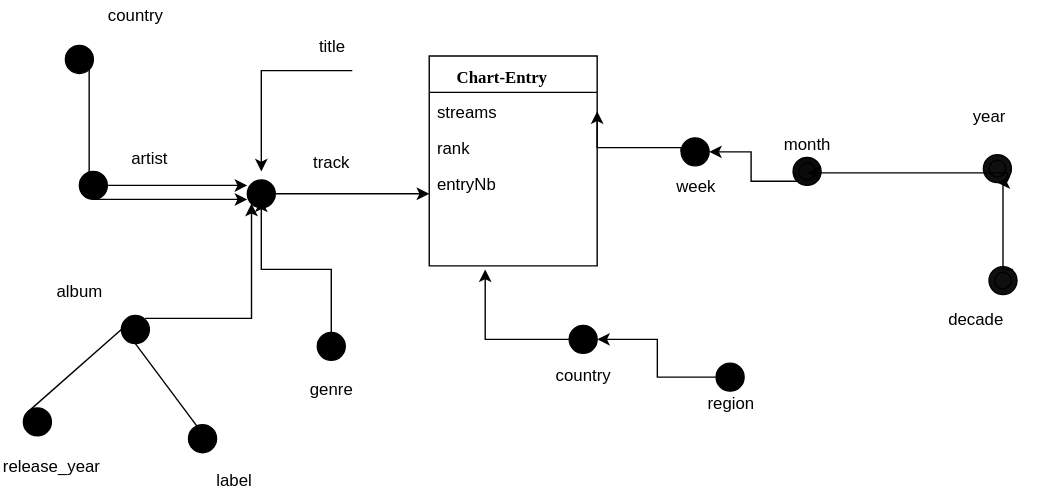
Earlier version of the draw.io export figures/DF1.svg (AlexChanson/DW). Source tidied: cells renumbered, new cells last; positions are measured from the earlier drawing's top-left corner, leaving out a move shared by most shapes.
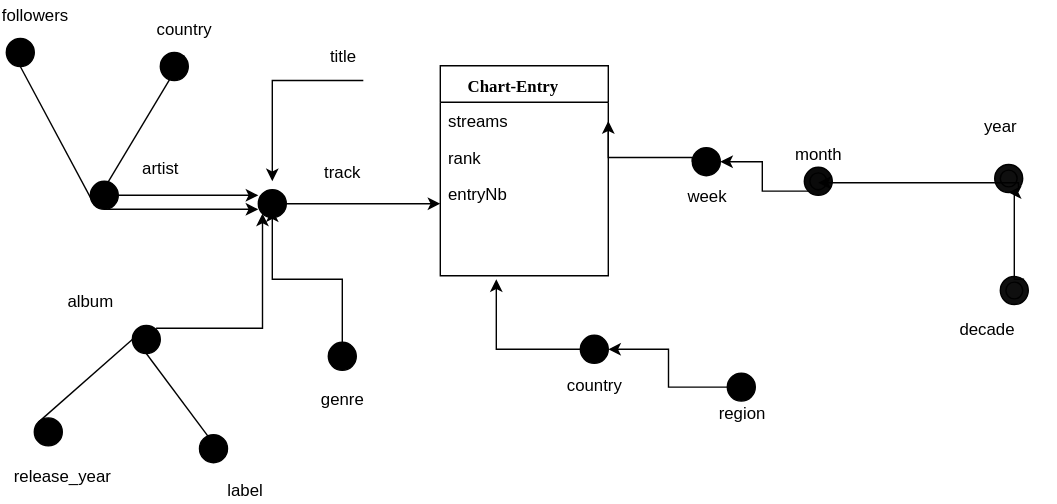
Above is the later version.

What changed in the source:
```diff
@@ -171,7 +171,7 @@
       </mxGeometry>
     </mxCell>
     <mxCell id="40" style="ellipse;shape=doubleEllipse;whiteSpace=wrap;html=1;fillColor=#000000;" parent="1" vertex="1">
-      <mxGeometry x="30" y="32" width="20" height="20" as="geometry" />
+      <mxGeometry x="90" y="29.5" width="20" height="20" as="geometry" />
     </mxCell>
     <mxCell id="41" style="endArrow=none;html=1;entryX=1;entryY=0;" parent="1" edge="1" target="40">
       <mxGeometry relative="1" as="geometry">
@@ -179,7 +179,7 @@
       </mxGeometry>
     </mxCell>
     <mxCell id="42" value="&lt;div&gt;country&lt;/div&gt;" style="text;html=1;strokeColor=none;fillColor=none;align=center;verticalAlign=middle;whiteSpace=wrap;rounded=0;" parent="1" vertex="1">
-      <mxGeometry x="60" width="40" height="20" as="geometry" />
+      <mxGeometry x="87" y="3" width="40" height="20" as="geometry" />
     </mxCell>
     <mxCell id="43" style="ellipse;shape=doubleEllipse;whiteSpace=wrap;html=1;fillColor=#000000;" parent="1" vertex="1">
       <mxGeometry y="291" width="20" height="20" as="geometry" />
@@ -201,5 +201,14 @@
     <mxCell id="48" value="label" style="text;html=1;strokeColor=none;fillColor=none;align=center;verticalAlign=middle;whiteSpace=wrap;rounded=0;" parent="1" vertex="1">
       <mxGeometry x="130" y="332" width="40" height="20" as="geometry" />
     </mxCell>
+    <mxCell id="49" style="ellipse;shape=doubleEllipse;whiteSpace=wrap;html=1;fillColor=#000000;" parent="1" vertex="1">
+      <mxGeometry x="-20" y="19.5" width="20" height="20" as="geometry" />
+    </mxCell>
+    <mxCell id="50" style="endArrow=none;html=1;entryX=0.5;entryY=1;exitX=0;exitY=1;" parent="1" edge="1" source="7" target="49">
+      <mxGeometry relative="1" as="geometry" />
+    </mxCell>
+    <mxCell id="51" value="followers" style="text;html=1;strokeColor=none;fillColor=none;align=center;verticalAlign=middle;whiteSpace=wrap;rounded=0;" parent="1" vertex="1">
+      <mxGeometry x="-20" y="-7" width="40" height="20" as="geometry" />
+    </mxCell>
   </root>
 </mxGraphModel>
```
